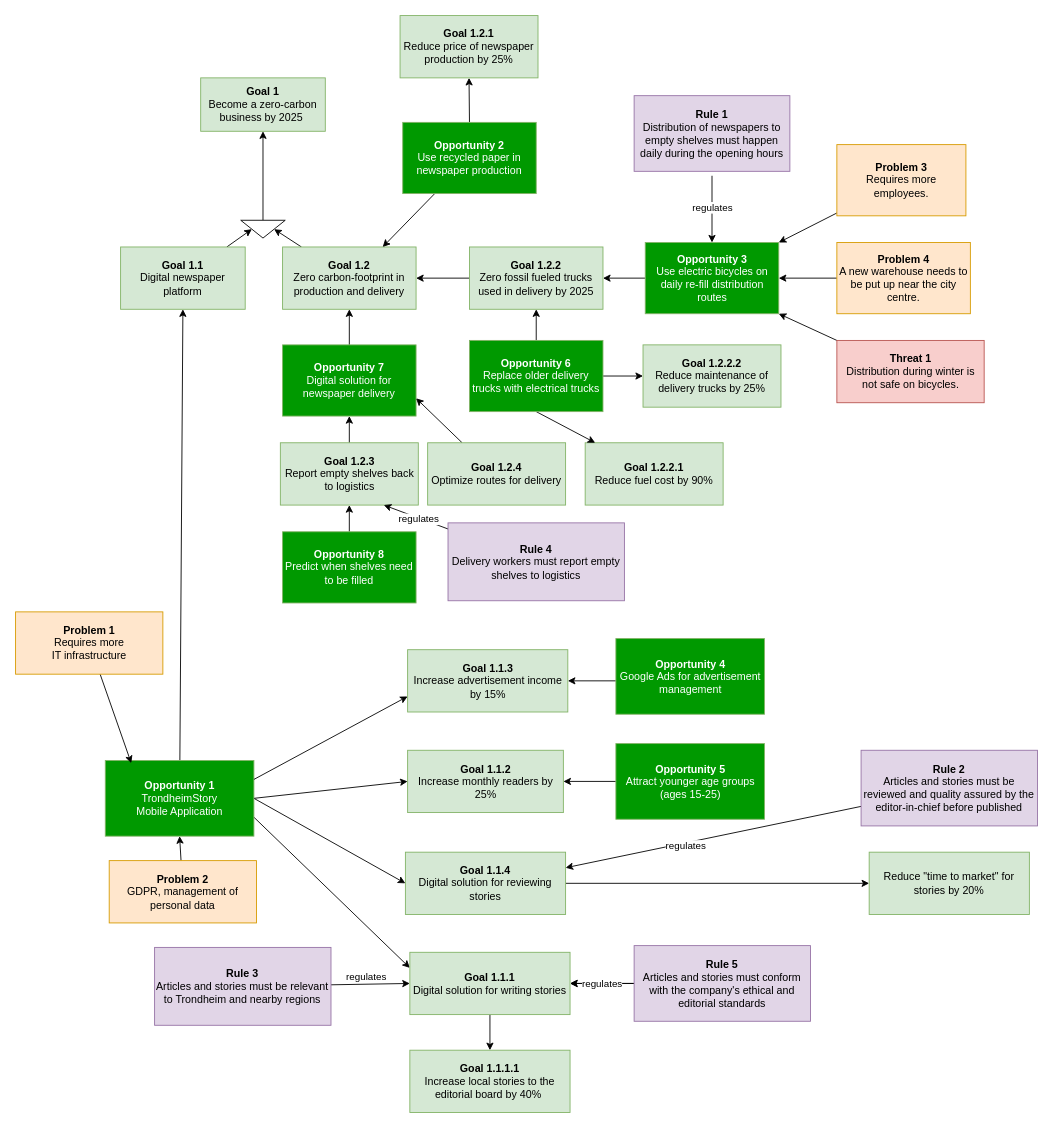
Earlier version of the draw.io diagram TS_4EM.drawio (gullskatten/TS-models-4em-archi). Source tidied: cells renumbered, new cells numbered last; positions are measured from the earlier drawing's top-left corner, leaving out a move shared by most shapes. Both pictures are drawn from the tidied source at 89%, with x=0, y=0 at pixel (15, 15).
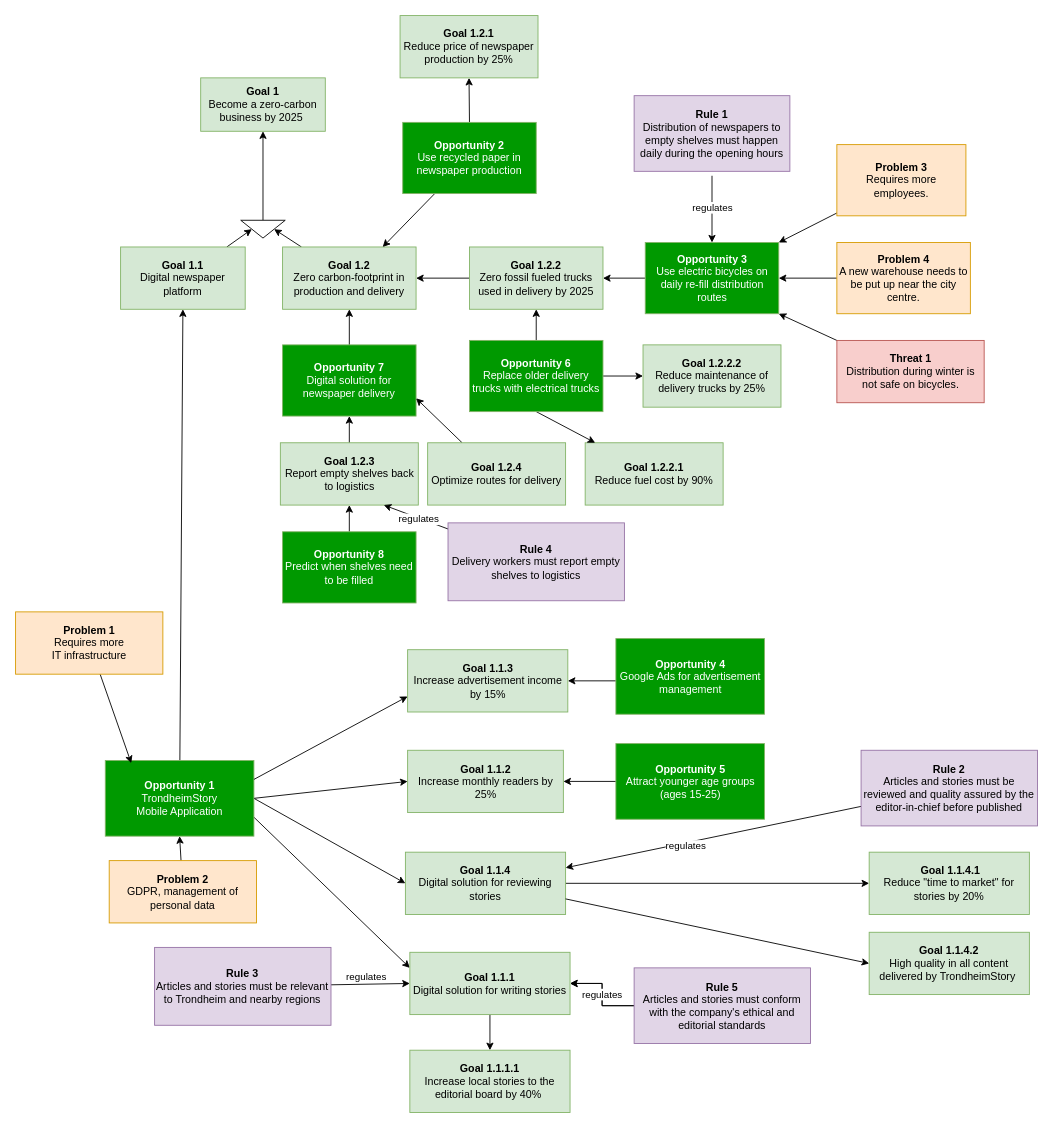
The same page after the edit.

Unchanged cells that the change refers to:
```xml
<mxCell id="67" value="&lt;b&gt;Goal 1.1.4&lt;br&gt;&lt;/b&gt;Digital solution for reviewing stories" style="rounded=0;whiteSpace=wrap;html=1;fillColor=#d5e8d4;strokeColor=#82b366;" parent="1" vertex="1">
  <mxGeometry x="438" y="940" width="180" height="70" as="geometry" />
</mxCell>
```

Diff of the diagram source:
```diff
@@
     <mxCell id="70" value="&lt;b&gt;Rule 5&lt;/b&gt;&lt;br&gt;Articles and stories must conform with the company's ethical and editorial standards" style="rounded=0;whiteSpace=wrap;html=1;fillColor=#e1d5e7;strokeColor=#9673a6;" parent="1" vertex="1">
-      <mxGeometry x="695" y="1045" width="198.2" height="85" as="geometry" />
+      <mxGeometry x="695" y="1070" width="198.2" height="85" as="geometry" />
     </mxCell>
-    <mxCell id="71" value="Reduce &quot;time to market&quot; for stories by 20%" style="rounded=0;whiteSpace=wrap;html=1;fillColor=#d5e8d4;strokeColor=#82b366;" parent="1" vertex="1">
+    <mxCell id="71" value="&amp;nbsp;&lt;b&gt;Goal 1.1.4.1&lt;/b&gt;&lt;br&gt;Reduce &quot;time to market&quot; for stories by 20%" style="rounded=0;whiteSpace=wrap;html=1;fillColor=#d5e8d4;strokeColor=#82b366;" parent="1" vertex="1">
       <mxGeometry x="959.1" y="940" width="180" height="70" as="geometry" />
     </mxCell>
@@
+    <mxCell id="74" value="&lt;b&gt;Goal 1.1.4.2&lt;br&gt;&lt;/b&gt;High quality in all content&lt;br&gt;delivered by TrondheimStory&amp;nbsp;" style="rounded=0;whiteSpace=wrap;html=1;fillColor=#d5e8d4;strokeColor=#82b366;" parent="1" vertex="1">
+      <mxGeometry x="959.1" y="1030" width="180" height="70" as="geometry" />
+    </mxCell>
+    <mxCell id="75" style="rounded=0;jettySize=auto;html=1;entryX=0;entryY=0.5;entryDx=0;entryDy=0;exitX=1;exitY=0.75;exitDx=0;exitDy=0;" parent="1" edge="1" source="67" target="74">
+      <mxGeometry relative="1" as="geometry" />
+    </mxCell>
```
